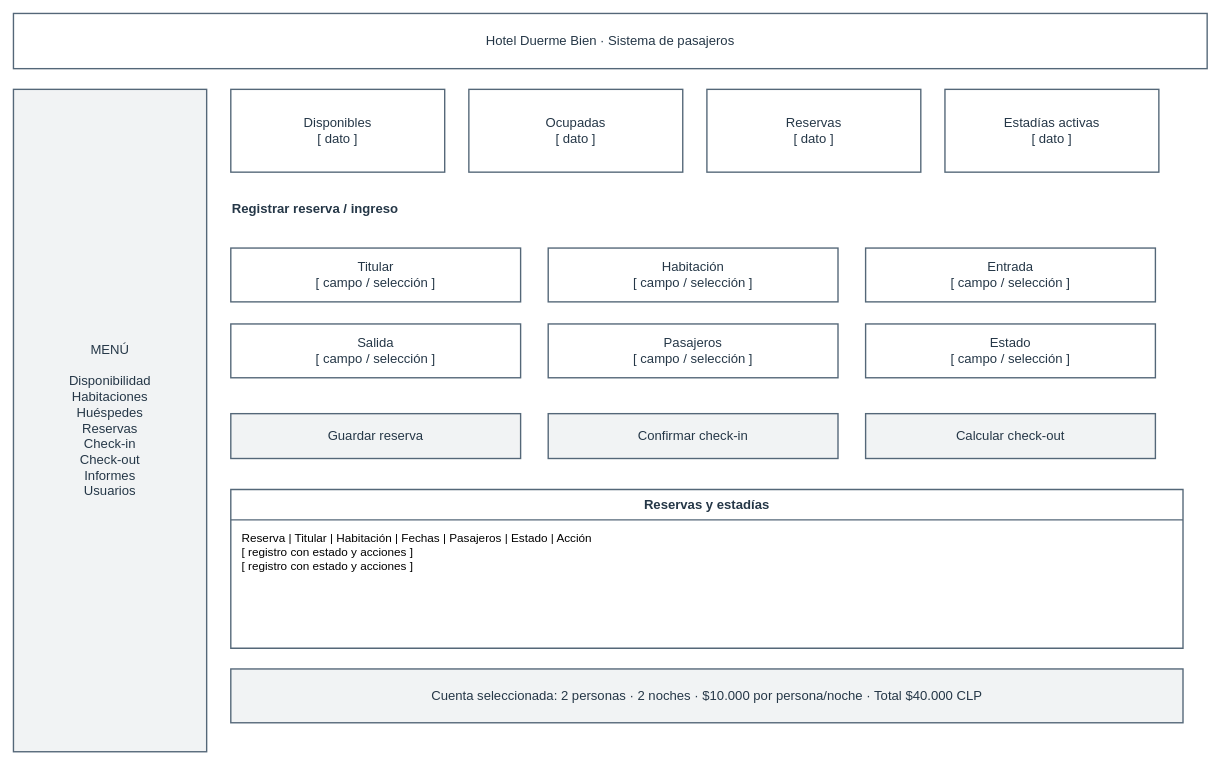
This is diagramas-editables/wireframe-completo.drawio from Yutre3/hotel-duerme-bien, a draw.io file, before an edit. Source tidied: cells renumbered, new cells numbered last; positions are measured from the earlier drawing's top-left corner, leaving out a move shared by most shapes. Both pictures are drawn from the tidied source at 69%, with x=0, y=0 at pixel (13, 13).
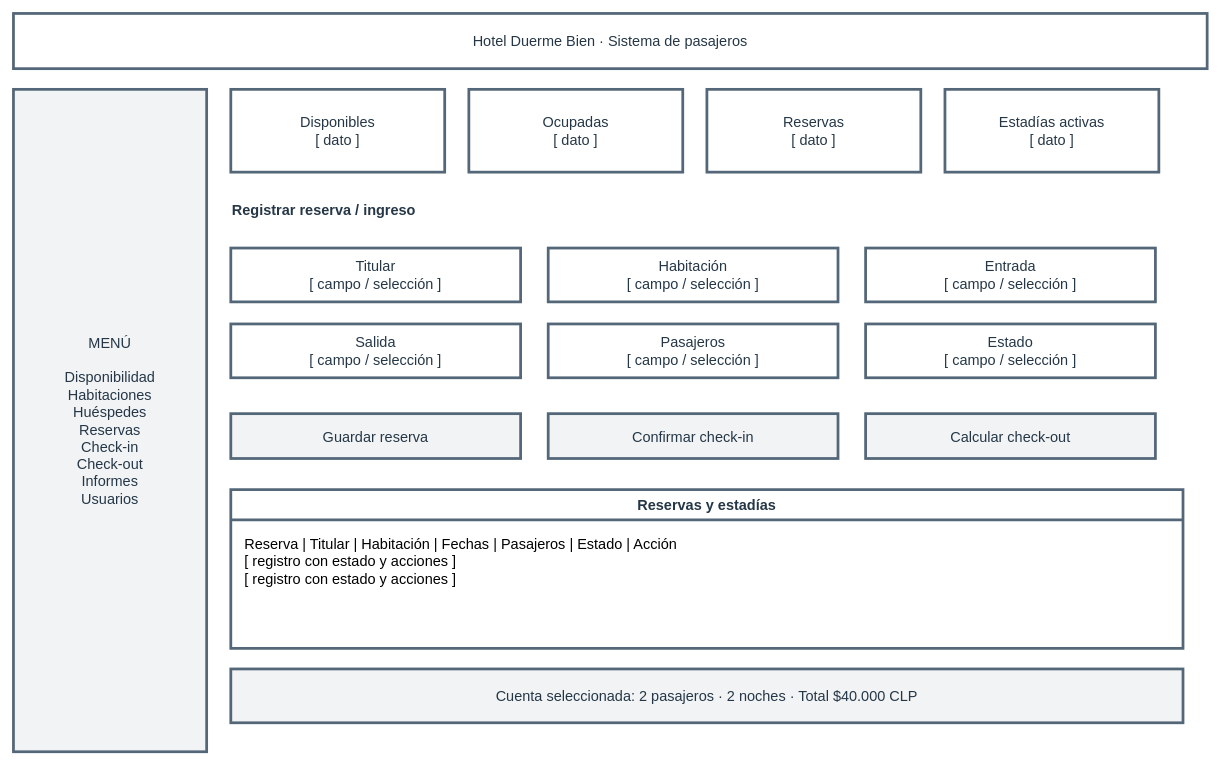
Above is the later version.

The edit, as a diff of the source:
```diff
@@
-    <mxCell id="2" value="Hotel Duerme Bien · Sistema de pasajeros" style="rounded=0;html=0;whiteSpace=wrap;strokeColor=#546778;strokeWidth=2;fillColor=#ffffff;fontColor=#253747;fontSize=19;" parent="1" vertex="1">
+    <mxCell id="2" value="Hotel Duerme Bien · Sistema de pasajeros" style="rounded=0;html=0;whiteSpace=wrap;strokeColor=#546778;strokeWidth=4;fillColor=#ffffff;fontColor=#253747;fontSize=21;" parent="1" vertex="1">
       <mxGeometry width="1730" height="80" as="geometry" />
     </mxCell>
-    <mxCell id="3" value="MENÚ&#10;&#10;Disponibilidad&#10;Habitaciones&#10;Huéspedes&#10;Reservas&#10;Check-in&#10;Check-out&#10;Informes&#10;Usuarios" style="rounded=0;html=0;whiteSpace=wrap;strokeColor=#546778;strokeWidth=2;fillColor=#f1f3f4;fontColor=#253747;fontSize=19;" parent="1" vertex="1">
+    <mxCell id="3" value="MENÚ&#10;&#10;Disponibilidad&#10;Habitaciones&#10;Huéspedes&#10;Reservas&#10;Check-in&#10;Check-out&#10;Informes&#10;Usuarios" style="rounded=0;html=0;whiteSpace=wrap;strokeColor=#546778;strokeWidth=4;fillColor=#f1f3f4;fontColor=#253747;fontSize=21;" parent="1" vertex="1">
       <mxGeometry y="110" width="280" height="960" as="geometry" />
     </mxCell>
-    <mxCell id="4" value="Disponibles&#10;[ dato ]" style="rounded=0;html=0;whiteSpace=wrap;strokeColor=#546778;strokeWidth=2;fillColor=#ffffff;fontColor=#253747;fontSize=19;" parent="1" vertex="1">
+    <mxCell id="4" value="Disponibles&#10;[ dato ]" style="rounded=0;html=0;whiteSpace=wrap;strokeColor=#546778;strokeWidth=4;fillColor=#ffffff;fontColor=#253747;fontSize=21;" parent="1" vertex="1">
       <mxGeometry x="315" y="110" width="310" height="120" as="geometry" />
     </mxCell>
-    <mxCell id="5" value="Ocupadas&#10;[ dato ]" style="rounded=0;html=0;whiteSpace=wrap;strokeColor=#546778;strokeWidth=2;fillColor=#ffffff;fontColor=#253747;fontSize=19;" parent="1" vertex="1">
+    <mxCell id="5" value="Ocupadas&#10;[ dato ]" style="rounded=0;html=0;whiteSpace=wrap;strokeColor=#546778;strokeWidth=4;fillColor=#ffffff;fontColor=#253747;fontSize=21;" parent="1" vertex="1">
       <mxGeometry x="660" y="110" width="310" height="120" as="geometry" />
     </mxCell>
-    <mxCell id="6" value="Reservas&#10;[ dato ]" style="rounded=0;html=0;whiteSpace=wrap;strokeColor=#546778;strokeWidth=2;fillColor=#ffffff;fontColor=#253747;fontSize=19;" parent="1" vertex="1">
+    <mxCell id="6" value="Reservas&#10;[ dato ]" style="rounded=0;html=0;whiteSpace=wrap;strokeColor=#546778;strokeWidth=4;fillColor=#ffffff;fontColor=#253747;fontSize=21;" parent="1" vertex="1">
       <mxGeometry x="1005" y="110" width="310" height="120" as="geometry" />
     </mxCell>
-    <mxCell id="7" value="Estadías activas&#10;[ dato ]" style="rounded=0;html=0;whiteSpace=wrap;strokeColor=#546778;strokeWidth=2;fillColor=#ffffff;fontColor=#253747;fontSize=19;" parent="1" vertex="1">
+    <mxCell id="7" value="Estadías activas&#10;[ dato ]" style="rounded=0;html=0;whiteSpace=wrap;strokeColor=#546778;strokeWidth=4;fillColor=#ffffff;fontColor=#253747;fontSize=21;" parent="1" vertex="1">
       <mxGeometry x="1350" y="110" width="310" height="120" as="geometry" />
     </mxCell>
-    <mxCell id="8" value="Registrar reserva / ingreso" style="text;strokeColor=none;fillColor=none;align=left;html=0;whiteSpace=wrap;strokeColor=#546778;strokeWidth=2;fillColor=#ffffff;fontColor=#253747;fontSize=19;fontStyle=1;strokeColor=none;fillColor=none;" parent="1" vertex="1">
+    <mxCell id="8" value="Registrar reserva / ingreso" style="text;strokeColor=none;fillColor=none;align=left;html=0;whiteSpace=wrap;strokeColor=#546778;strokeWidth=4;fillColor=#ffffff;fontColor=#253747;fontSize=21;fontStyle=1;strokeColor=none;fillColor=none;" parent="1" vertex="1">
       <mxGeometry x="315" y="265" width="1380" height="55" as="geometry" />
     </mxCell>
-    <mxCell id="9" value="Titular&#10;[ campo / selección ]" style="rounded=0;html=0;whiteSpace=wrap;strokeColor=#546778;strokeWidth=2;fillColor=#ffffff;fontColor=#253747;fontSize=19;" parent="1" vertex="1">
+    <mxCell id="9" value="Titular&#10;[ campo / selección ]" style="rounded=0;html=0;whiteSpace=wrap;strokeColor=#546778;strokeWidth=4;fillColor=#ffffff;fontColor=#253747;fontSize=21;" parent="1" vertex="1">
       <mxGeometry x="315" y="340" width="420" height="78" as="geometry" />
     </mxCell>
-    <mxCell id="10" value="Habitación&#10;[ campo / selección ]" style="rounded=0;html=0;whiteSpace=wrap;strokeColor=#546778;strokeWidth=2;fillColor=#ffffff;fontColor=#253747;fontSize=19;" parent="1" vertex="1">
+    <mxCell id="10" value="Habitación&#10;[ campo / selección ]" style="rounded=0;html=0;whiteSpace=wrap;strokeColor=#546778;strokeWidth=4;fillColor=#ffffff;fontColor=#253747;fontSize=21;" parent="1" vertex="1">
       <mxGeometry x="775" y="340" width="420" height="78" as="geometry" />
     </mxCell>
-    <mxCell id="11" value="Entrada&#10;[ campo / selección ]" style="rounded=0;html=0;whiteSpace=wrap;strokeColor=#546778;strokeWidth=2;fillColor=#ffffff;fontColor=#253747;fontSize=19;" parent="1" vertex="1">
+    <mxCell id="11" value="Entrada&#10;[ campo / selección ]" style="rounded=0;html=0;whiteSpace=wrap;strokeColor=#546778;strokeWidth=4;fillColor=#ffffff;fontColor=#253747;fontSize=21;" parent="1" vertex="1">
       <mxGeometry x="1235" y="340" width="420" height="78" as="geometry" />
     </mxCell>
-    <mxCell id="12" value="Salida&#10;[ campo / selección ]" style="rounded=0;html=0;whiteSpace=wrap;strokeColor=#546778;strokeWidth=2;fillColor=#ffffff;fontColor=#253747;fontSize=19;" parent="1" vertex="1">
+    <mxCell id="12" value="Salida&#10;[ campo / selección ]" style="rounded=0;html=0;whiteSpace=wrap;strokeColor=#546778;strokeWidth=4;fillColor=#ffffff;fontColor=#253747;fontSize=21;" parent="1" vertex="1">
       <mxGeometry x="315" y="450" width="420" height="78" as="geometry" />
     </mxCell>
-    <mxCell id="13" value="Pasajeros&#10;[ campo / selección ]" style="rounded=0;html=0;whiteSpace=wrap;strokeColor=#546778;strokeWidth=2;fillColor=#ffffff;fontColor=#253747;fontSize=19;" parent="1" vertex="1">
+    <mxCell id="13" value="Pasajeros&#10;[ campo / selección ]" style="rounded=0;html=0;whiteSpace=wrap;strokeColor=#546778;strokeWidth=4;fillColor=#ffffff;fontColor=#253747;fontSize=21;" parent="1" vertex="1">
       <mxGeometry x="775" y="450" width="420" height="78" as="geometry" />
     </mxCell>
-    <mxCell id="14" value="Estado&#10;[ campo / selección ]" style="rounded=0;html=0;whiteSpace=wrap;strokeColor=#546778;strokeWidth=2;fillColor=#ffffff;fontColor=#253747;fontSize=19;" parent="1" vertex="1">
+    <mxCell id="14" value="Estado&#10;[ campo / selección ]" style="rounded=0;html=0;whiteSpace=wrap;strokeColor=#546778;strokeWidth=4;fillColor=#ffffff;fontColor=#253747;fontSize=21;" parent="1" vertex="1">
       <mxGeometry x="1235" y="450" width="420" height="78" as="geometry" />
     </mxCell>
-    <mxCell id="15" value="Guardar reserva" style="rounded=0;html=0;whiteSpace=wrap;strokeColor=#546778;strokeWidth=2;fillColor=#f1f3f4;fontColor=#253747;fontSize=19;" parent="1" vertex="1">
+    <mxCell id="15" value="Guardar reserva" style="rounded=0;html=0;whiteSpace=wrap;strokeColor=#546778;strokeWidth=4;fillColor=#f1f3f4;fontColor=#253747;fontSize=21;" parent="1" vertex="1">
       <mxGeometry x="315" y="580" width="420" height="65" as="geometry" />
     </mxCell>
-    <mxCell id="16" value="Confirmar check-in" style="rounded=0;html=0;whiteSpace=wrap;strokeColor=#546778;strokeWidth=2;fillColor=#f1f3f4;fontColor=#253747;fontSize=19;" parent="1" vertex="1">
+    <mxCell id="16" value="Confirmar check-in" style="rounded=0;html=0;whiteSpace=wrap;strokeColor=#546778;strokeWidth=4;fillColor=#f1f3f4;fontColor=#253747;fontSize=21;" parent="1" vertex="1">
       <mxGeometry x="775" y="580" width="420" height="65" as="geometry" />
     </mxCell>
-    <mxCell id="17" value="Calcular check-out" style="rounded=0;html=0;whiteSpace=wrap;strokeColor=#546778;strokeWidth=2;fillColor=#f1f3f4;fontColor=#253747;fontSize=19;" parent="1" vertex="1">
+    <mxCell id="17" value="Calcular check-out" style="rounded=0;html=0;whiteSpace=wrap;strokeColor=#546778;strokeWidth=4;fillColor=#f1f3f4;fontColor=#253747;fontSize=21;" parent="1" vertex="1">
       <mxGeometry x="1235" y="580" width="420" height="65" as="geometry" />
     </mxCell>
-    <mxCell id="18" value="Reservas y estadías" style="shape=swimlane;startSize=44;horizontal=1;html=0;whiteSpace=wrap;strokeColor=#546778;strokeWidth=2;fillColor=#ffffff;fontColor=#253747;fontSize=19;fontStyle=1;" parent="1" vertex="1">
+    <mxCell id="18" value="Reservas y estadías" style="shape=swimlane;startSize=44;horizontal=1;html=0;whiteSpace=wrap;strokeColor=#546778;strokeWidth=4;fillColor=#ffffff;fontColor=#253747;fontSize=21;fontStyle=1;" parent="1" vertex="1">
       <mxGeometry x="315" y="690" width="1380" height="230" as="geometry" />
     </mxCell>
-    <mxCell id="19" value="Reserva | Titular | Habitación | Fechas | Pasajeros | Estado | Acción&#10;[ registro con estado y acciones ]&#10;[ registro con estado y acciones ]" style="text;html=0;strokeColor=none;fillColor=none;align=left;verticalAlign=top;spacingLeft=14;fontSize=17;" parent="18" vertex="1">
-      <mxGeometry y="54" width="1380" height="84" as="geometry" />
+    <mxCell id="19" value="Reserva | Titular | Habitación | Fechas | Pasajeros | Estado | Acción&#10;[ registro con estado y acciones ]&#10;[ registro con estado y acciones ]" style="text;html=0;strokeColor=none;fillColor=none;align=left;verticalAlign=top;spacingLeft=18;fontSize=21;" parent="18" vertex="1">
+      <mxGeometry y="60" width="1380" height="102" as="geometry" />
     </mxCell>
-    <mxCell id="20" value="Cuenta seleccionada: 2 personas · 2 noches · $10.000 por persona/noche · Total $40.000 CLP" style="rounded=0;html=0;whiteSpace=wrap;strokeColor=#546778;strokeWidth=2;fillColor=#f1f3f4;fontColor=#253747;fontSize=19;" parent="1" vertex="1">
+    <mxCell id="20" value="Cuenta seleccionada: 2 pasajeros · 2 noches · Total $40.000 CLP" style="rounded=0;html=0;whiteSpace=wrap;strokeColor=#546778;strokeWidth=4;fillColor=#f1f3f4;fontColor=#253747;fontSize=21;" parent="1" vertex="1">
       <mxGeometry x="315" y="950" width="1380" height="78" as="geometry" />
     </mxCell>
```
